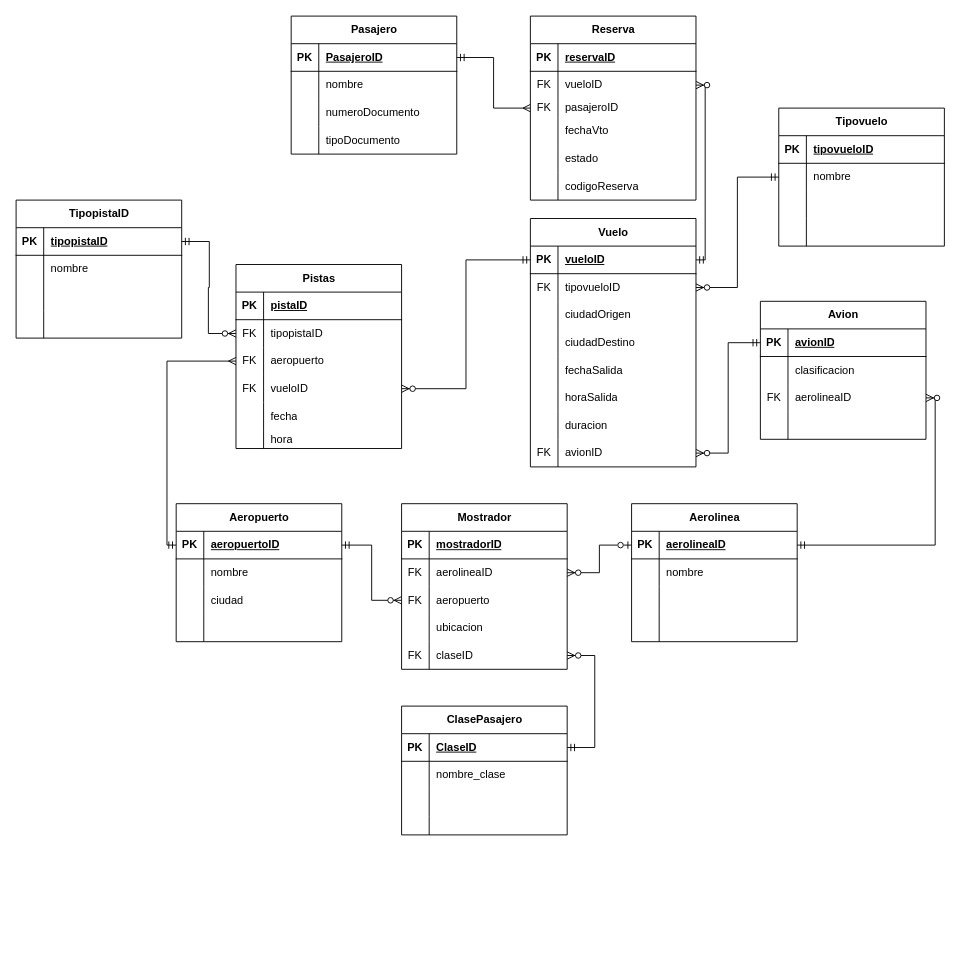
The draw.io diagram ej5.drawio in DamianPiuselli/Diagrams, before the edit. Source tidied: cells renumbered, new cells numbered last; positions are measured from the earlier drawing's top-left corner, leaving out a move shared by most shapes. Both pictures are drawn from the tidied source at 92%, with x=0, y=0 at pixel (16, 16).
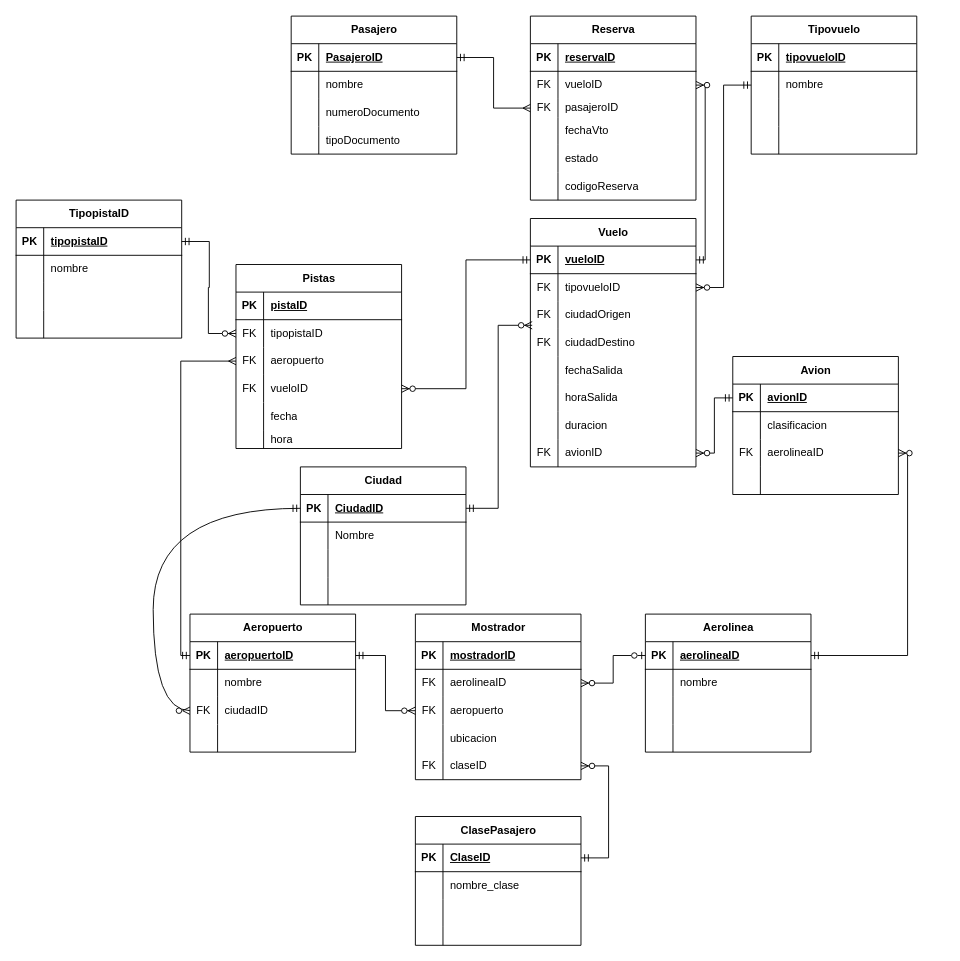
The same page after the edit.

Unchanged cells that the change refers to:
```xml
<mxCell id="9" style="shape=tableRow;horizontal=0;startSize=0;swimlaneHead=0;swimlaneBody=0;fillColor=none;points=[[0,0.5],[1,0.5]];portConstraint=eastwest;top=0;left=0;right=0;bottom=0;" parent="2" vertex="1">
  <mxGeometry y="90" width="180" height="30" as="geometry" />
</mxCell>
<mxCell id="101" style="shape=tableRow;horizontal=0;startSize=0;swimlaneHead=0;swimlaneBody=0;fillColor=none;top=0;left=0;right=0;bottom=0;" parent="94" vertex="1">
  <mxGeometry y="90" width="180" height="30" as="geometry" />
</mxCell>
<mxCell id="104" style="shape=tableRow;horizontal=0;startSize=0;swimlaneHead=0;swimlaneBody=0;fillColor=none;points=[[0,0.5],[1,0.5]];portConstraint=eastwest;top=0;left=0;right=0;bottom=0;" parent="94" vertex="1">
  <mxGeometry y="120" width="180" height="30" as="geometry" />
</mxCell>
```

What changed in the source:
```diff
@@
     <mxCell id="2" value="Aeropuerto" style="shape=table;startSize=30;childLayout=tableLayout;rowLines=0;fontStyle=1;align=center;html=1;" parent="1" vertex="1">
-      <mxGeometry x="174" y="530" width="180" height="150" as="geometry" />
+      <mxGeometry x="189" y="650" width="180" height="150" as="geometry" />
     </mxCell>
@@
-    <mxCell id="10" style="shape=partialRectangle;fillColor=none;top=0;left=0;bottom=0;right=0;overflow=hidden;whiteSpace=wrap;html=1;" parent="9" vertex="1">
+    <mxCell id="10" value="FK" style="shape=partialRectangle;fillColor=none;top=0;left=0;bottom=0;right=0;overflow=hidden;whiteSpace=wrap;html=1;" parent="9" vertex="1">
       <mxGeometry width="30" height="30" as="geometry" />
     </mxCell>
-    <mxCell id="11" value="ciudad" style="shape=partialRectangle;fillColor=none;top=0;left=0;bottom=0;right=0;align=left;spacingLeft=6;overflow=hidden;whiteSpace=wrap;html=1;" parent="9" vertex="1">
+    <mxCell id="11" value="ciudadID" style="shape=partialRectangle;fillColor=none;top=0;left=0;bottom=0;right=0;align=left;spacingLeft=6;overflow=hidden;whiteSpace=wrap;html=1;" parent="9" vertex="1">
       <mxGeometry x="30" width="150" height="30" as="geometry" />
     </mxCell>
@@
     <mxCell id="15" value="Mostrador" style="shape=table;startSize=30;childLayout=tableLayout;rowLines=0;fontStyle=1;align=center;html=1;" parent="1" vertex="1">
-      <mxGeometry x="419" y="530" width="180" height="180" as="geometry" />
+      <mxGeometry x="434" y="650" width="180" height="180" as="geometry" />
     </mxCell>
@@
     <mxCell id="31" value="Aerolinea" style="shape=table;startSize=30;childLayout=tableLayout;rowLines=0;fontStyle=1;align=center;html=1;" parent="1" vertex="1">
-      <mxGeometry x="669" y="530" width="180" height="150" as="geometry" />
+      <mxGeometry x="684" y="650" width="180" height="150" as="geometry" />
     </mxCell>
@@
     <mxCell id="44" value="ClasePasajero" style="shape=table;startSize=30;childLayout=tableLayout;rowLines=0;fontStyle=1;align=center;html=1;" parent="1" vertex="1">
-      <mxGeometry x="419" y="750" width="180" height="140" as="geometry" />
+      <mxGeometry x="434" y="870" width="180" height="140" as="geometry" />
     </mxCell>
@@
     <mxCell id="79" value="Avion" style="shape=table;startSize=30;childLayout=tableLayout;rowLines=0;fontStyle=1;align=center;html=1;" parent="1" vertex="1">
-      <mxGeometry x="809" y="310" width="180" height="150" as="geometry" />
+      <mxGeometry x="779" y="370" width="180" height="150" as="geometry" />
     </mxCell>
@@
-    <mxCell id="102" style="shape=partialRectangle;fillColor=none;top=0;left=0;bottom=0;right=0;overflow=hidden;whiteSpace=wrap;html=1;" parent="101" vertex="1">
+    <mxCell id="102" value="FK" style="shape=partialRectangle;fillColor=none;top=0;left=0;bottom=0;right=0;overflow=hidden;whiteSpace=wrap;html=1;" parent="101" vertex="1">
       <mxGeometry width="30" height="30" as="geometry" />
     </mxCell>
@@
-    <mxCell id="105" style="shape=partialRectangle;fillColor=none;top=0;left=0;bottom=0;right=0;overflow=hidden;whiteSpace=wrap;html=1;" parent="104" vertex="1">
+    <mxCell id="105" value="FK" style="shape=partialRectangle;fillColor=none;top=0;left=0;bottom=0;right=0;overflow=hidden;whiteSpace=wrap;html=1;" parent="104" vertex="1">
       <mxGeometry width="30" height="30" as="geometry" />
     </mxCell>
@@
     <mxCell id="169" value="Tipovuelo" style="shape=table;startSize=30;childLayout=tableLayout;rowLines=0;fontStyle=1;align=center;html=1;" parent="1" vertex="1">
-      <mxGeometry x="829" y="100" width="180" height="150" as="geometry" />
+      <mxGeometry x="799" width="180" height="150" as="geometry" />
     </mxCell>
@@
+    <mxCell id="183" value="Ciudad" style="shape=table;startSize=30;childLayout=tableLayout;rowLines=0;fontStyle=1;align=center;html=1;" parent="1" vertex="1">
+      <mxGeometry x="309" y="490" width="180" height="150" as="geometry" />
+    </mxCell>
+    <mxCell id="184" style="shape=tableRow;horizontal=0;startSize=0;swimlaneHead=0;swimlaneBody=0;fillColor=none;points=[[0,0.5],[1,0.5]];portConstraint=eastwest;top=0;left=0;right=0;bottom=1;" parent="183" vertex="1">
+      <mxGeometry y="30" width="180" height="30" as="geometry" />
+    </mxCell>
+    <mxCell id="185" value="PK" style="shape=partialRectangle;fillColor=none;top=0;left=0;bottom=0;right=0;fontStyle=1;overflow=hidden;whiteSpace=wrap;html=1;" parent="184" vertex="1">
+      <mxGeometry width="30" height="30" as="geometry" />
+    </mxCell>
+    <mxCell id="186" value="CiudadID" style="shape=partialRectangle;fillColor=none;top=0;left=0;bottom=0;right=0;align=left;spacingLeft=6;fontStyle=5;overflow=hidden;whiteSpace=wrap;html=1;" parent="184" vertex="1">
+      <mxGeometry x="30" width="150" height="30" as="geometry" />
+    </mxCell>
+    <mxCell id="187" style="shape=tableRow;horizontal=0;startSize=0;swimlaneHead=0;swimlaneBody=0;fillColor=none;top=0;left=0;right=0;bottom=0;" parent="183" vertex="1">
+      <mxGeometry y="60" width="180" height="30" as="geometry" />
+    </mxCell>
+    <mxCell id="188" style="shape=partialRectangle;fillColor=none;top=0;left=0;bottom=0;right=0;overflow=hidden;whiteSpace=wrap;html=1;" parent="187" vertex="1">
+      <mxGeometry width="30" height="30" as="geometry" />
+    </mxCell>
+    <mxCell id="189" value="Nombre" style="shape=partialRectangle;fillColor=none;top=0;left=0;bottom=0;right=0;align=left;spacingLeft=6;overflow=hidden;whiteSpace=wrap;html=1;" parent="187" vertex="1">
+      <mxGeometry x="30" width="150" height="30" as="geometry" />
+    </mxCell>
+    <mxCell id="190" style="shape=tableRow;horizontal=0;startSize=0;swimlaneHead=0;swimlaneBody=0;fillColor=none;top=0;left=0;right=0;bottom=0;" parent="183" vertex="1">
+      <mxGeometry y="90" width="180" height="30" as="geometry" />
+    </mxCell>
+    <mxCell id="191" style="shape=partialRectangle;fillColor=none;top=0;left=0;bottom=0;right=0;overflow=hidden;whiteSpace=wrap;html=1;" parent="190" vertex="1">
+      <mxGeometry width="30" height="30" as="geometry" />
+    </mxCell>
+    <mxCell id="192" style="shape=partialRectangle;fillColor=none;top=0;left=0;bottom=0;right=0;align=left;spacingLeft=6;overflow=hidden;whiteSpace=wrap;html=1;" parent="190" vertex="1">
+      <mxGeometry x="30" width="150" height="30" as="geometry" />
+    </mxCell>
+    <mxCell id="193" style="shape=tableRow;horizontal=0;startSize=0;swimlaneHead=0;swimlaneBody=0;fillColor=none;top=0;left=0;right=0;bottom=0;" parent="183" vertex="1">
+      <mxGeometry y="120" width="180" height="30" as="geometry" />
+    </mxCell>
+    <mxCell id="194" style="shape=partialRectangle;fillColor=none;top=0;left=0;bottom=0;right=0;overflow=hidden;whiteSpace=wrap;html=1;" parent="193" vertex="1">
+      <mxGeometry width="30" height="30" as="geometry" />
+    </mxCell>
+    <mxCell id="195" style="shape=partialRectangle;fillColor=none;top=0;left=0;bottom=0;right=0;align=left;spacingLeft=6;overflow=hidden;whiteSpace=wrap;html=1;" parent="193" vertex="1">
+      <mxGeometry x="30" width="150" height="30" as="geometry" />
+    </mxCell>
+    <mxCell id="196" style="edgeStyle=orthogonalEdgeStyle;fontSize=12;html=1;endArrow=ERzeroToMany;startArrow=ERmandOne;rounded=0;exitX=1;exitY=0.5;exitDx=0;exitDy=0;entryX=0.011;entryY=-0.131;entryDx=0;entryDy=0;entryPerimeter=0;" parent="1" edge="1" source="184" target="104">
+      <mxGeometry relative="1" as="geometry" />
+    </mxCell>
+    <mxCell id="197" style="edgeStyle=orthogonalEdgeStyle;fontSize=12;html=1;endArrow=ERzeroToMany;startArrow=ERmandOne;rounded=0;exitX=0;exitY=0.5;exitDx=0;exitDy=0;curved=1;entryX=0;entryY=0.5;entryDx=0;entryDy=0;" parent="1" edge="1" source="184" target="9">
+      <mxGeometry relative="1" as="geometry">
+        <Array as="points">
+          <mxPoint x="149" y="535" />
+          <mxPoint x="149" y="755" />
+        </Array>
+      </mxGeometry>
+    </mxCell>
```
